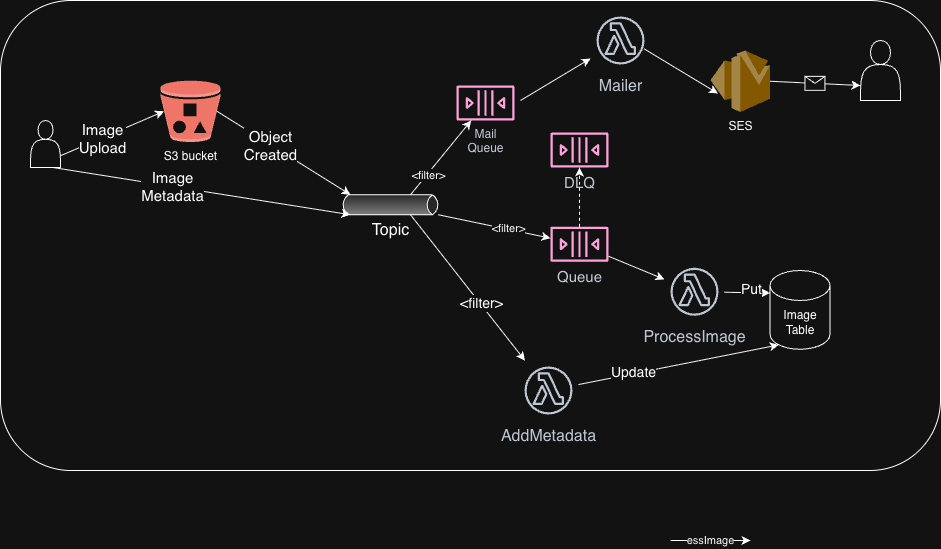
diarmuidoconnor/distributed-systems-module keeps this draw.io diagram as topic90/book-1/img/arch.png. Above is the earlier version. Source tidied: cells renumbered, new cells last; positions are measured from the earlier drawing's top-left corner, leaving out a move shared by most shapes.
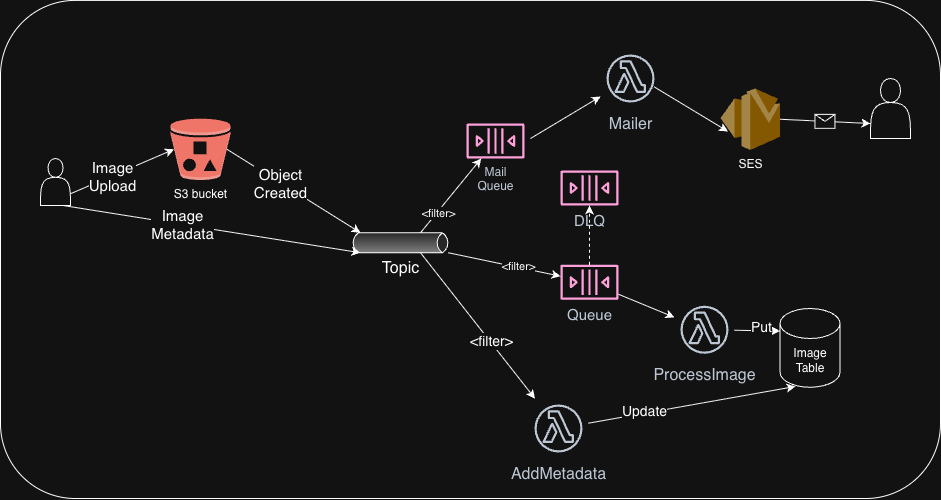
After the change.

What changed in the source:
```diff
@@ -98,23 +98,17 @@
         <mxPoint x="1" as="offset" />
       </mxGeometry>
     </mxCell>
-    <mxCell id="32" style="endArrow=classic;html=1;rounded=0;entryX=0.145;entryY=1;entryDx=0;entryDy=-4.35;entryPerimeter=0;" parent="1" edge="1" source="29" target="24">
+    <mxCell id="32" style="endArrow=classic;html=1;rounded=0;entryX=0.258;entryY=0.99;entryDx=0;entryDy=0;entryPerimeter=0;" parent="1" edge="1" source="29" target="24">
       <mxGeometry relative="1" as="geometry" />
     </mxCell>
     <mxCell id="33" value="&lt;font style=&quot;font-size: 14px;&quot;&gt;Update&lt;/font&gt;" style="edgeLabel;html=1;align=center;verticalAlign=middle;" parent="32" vertex="1">
       <mxGeometry x="-0.46" y="2" relative="1" as="geometry" />
     </mxCell>
-    <mxCell id="34" value="essImage" style="edgeStyle=none;orthogonalLoop=1;jettySize=auto;html=1;rounded=0;" parent="1" edge="1">
-      <mxGeometry relative="1" as="geometry">
-        <mxPoint x="670" y="540" as="sourcePoint" />
-        <mxPoint x="750" y="540" as="targetPoint" />
-      </mxGeometry>
-    </mxCell>
     <mxCell id="35" value="Mail&lt;div&gt;Queue&lt;/div&gt;" style="sketch=0;outlineConnect=0;fontColor=#232F3E;gradientColor=none;fillColor=#B0084D;strokeColor=none;dashed=0;verticalLabelPosition=bottom;verticalAlign=top;align=center;html=1;fontSize=12;fontStyle=0;shape=mxgraph.aws4.queue;" parent="1" vertex="1">
       <mxGeometry x="456" y="85.1" width="58" height="35" as="geometry" />
     </mxCell>
     <mxCell id="36" style="rounded=1;whiteSpace=wrap;html=1;fillColor=none;" parent="1" vertex="1">
-      <mxGeometry width="940" height="470" as="geometry" />
+      <mxGeometry x="-10" y="-38.1" width="940" height="498.1" as="geometry" />
     </mxCell>
     <mxCell id="37" style="endArrow=classic;html=1;rounded=0;" parent="1" edge="1" target="14">
       <mxGeometry relative="1" as="geometry">
```
